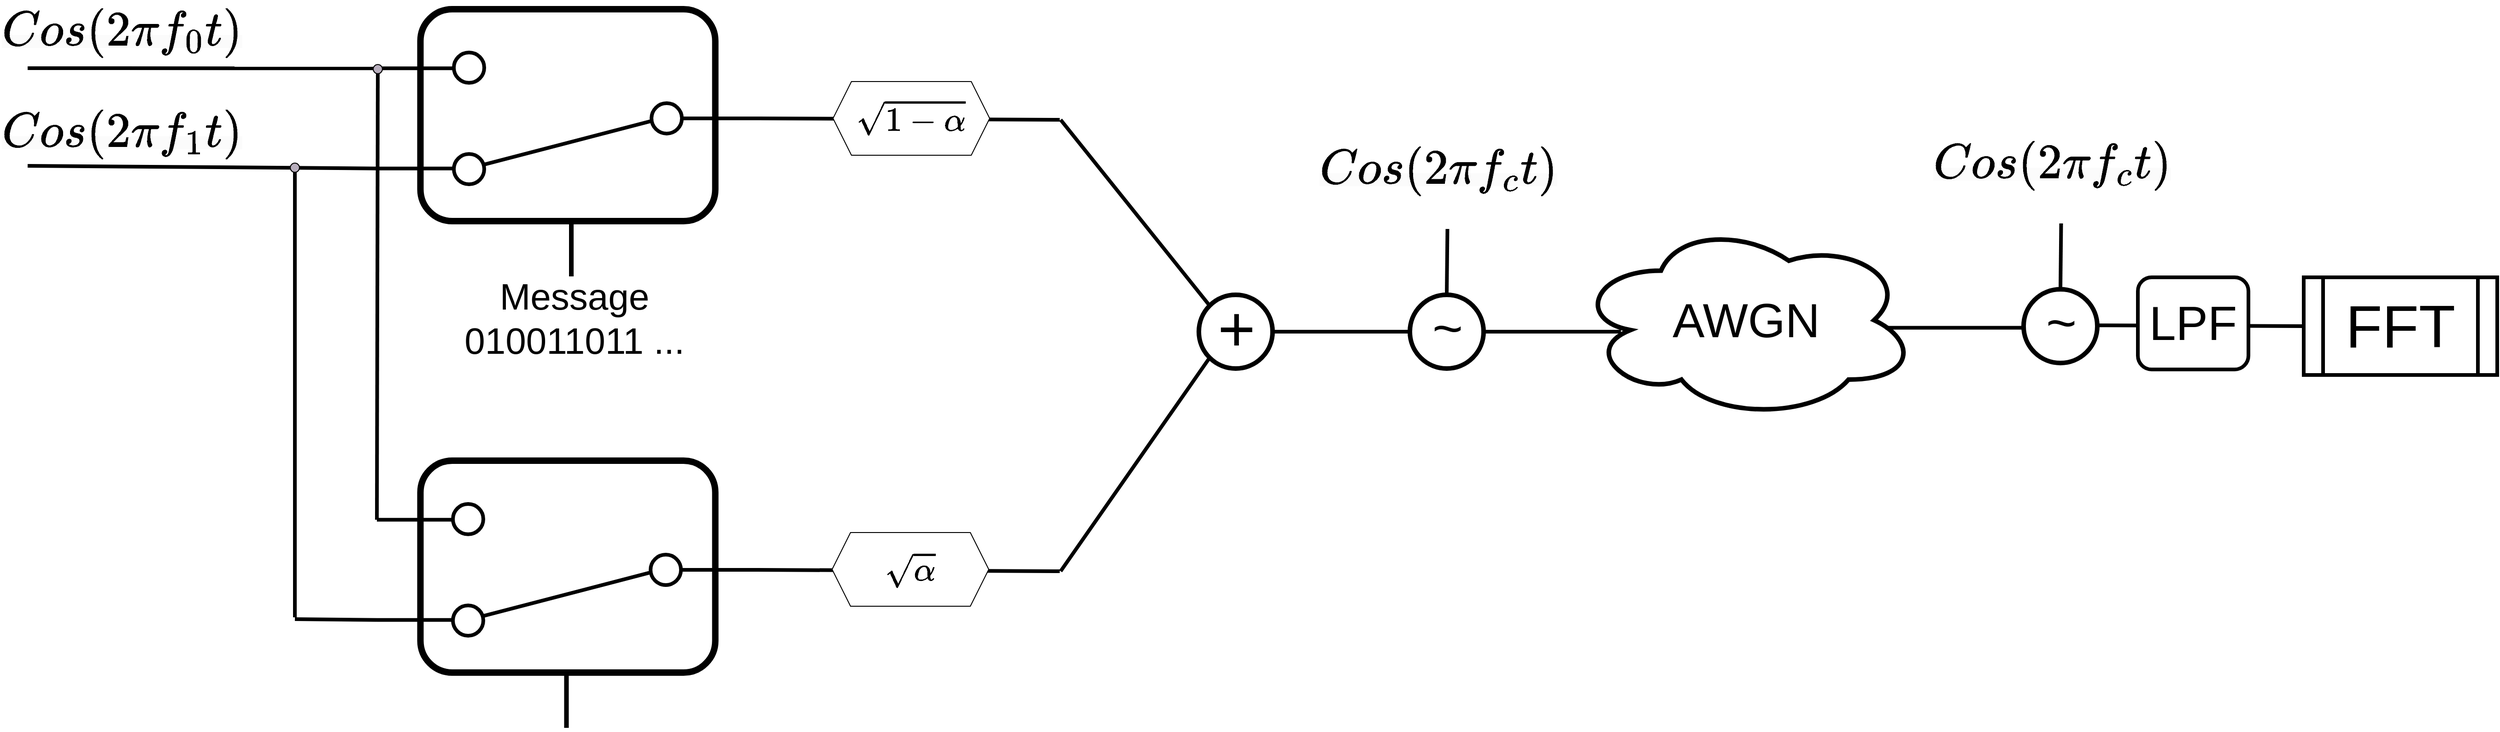
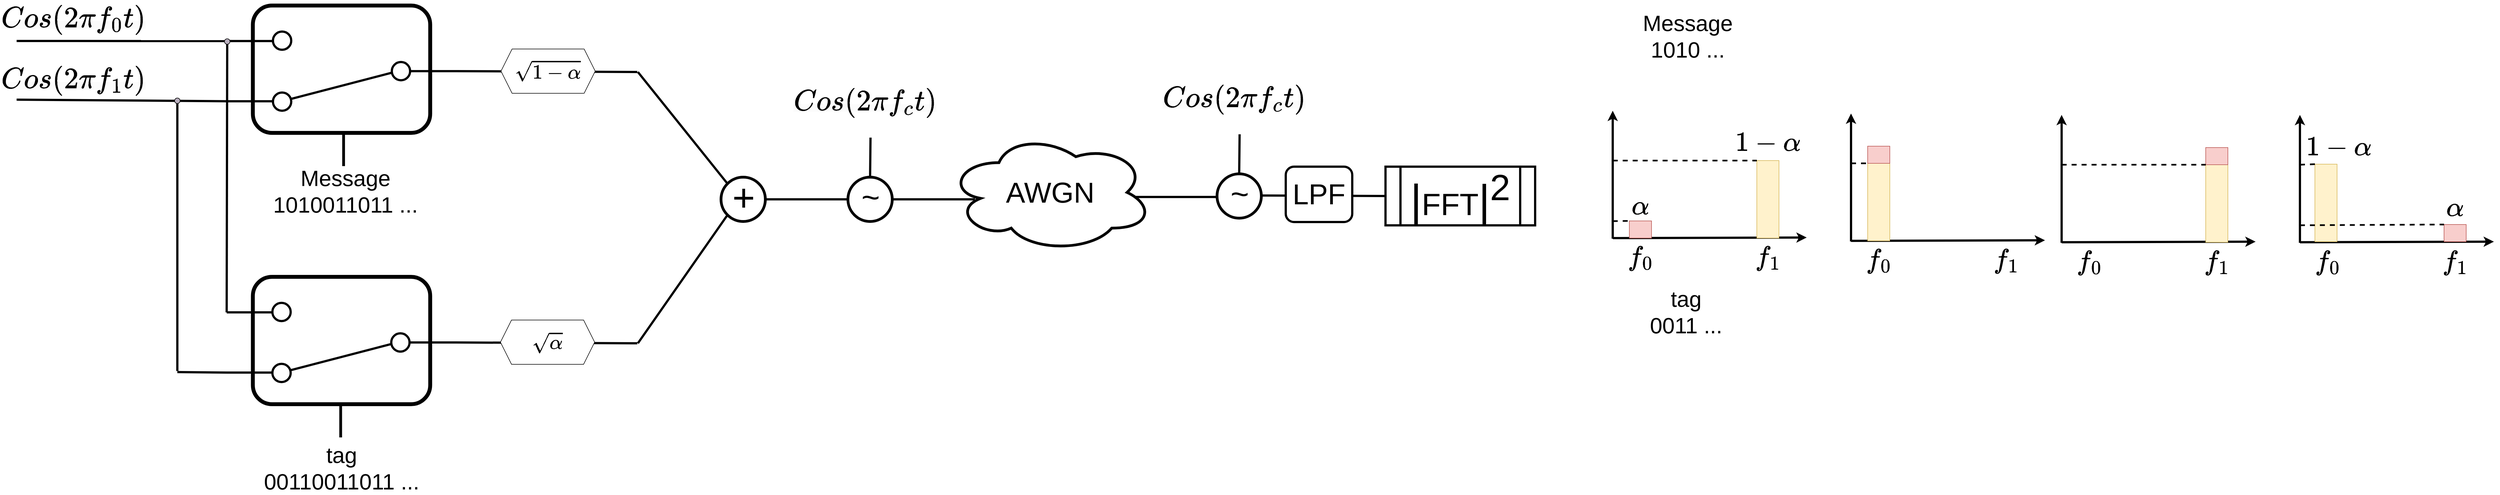
<mxfile host="app.diagrams.net" agent="Mozilla/5.0 (Macintosh; Intel Mac OS X 10_15_7) AppleWebKit/537.36 (KHTML, like Gecko) Chrome/134.0.0.0 Safari/537.36" version="26.1.0">
  <diagram name="Page-1" id="phkbYJqiPzpgWEG-CDjJ">
-     <mxGraphModel dx="2364" dy="960" grid="1" gridSize="10" guides="1" tooltips="1" connect="1" arrows="1" fold="1" page="1" pageScale="1" pageWidth="850" pageHeight="1100" math="1" shadow="0">
+     <mxGraphModel dx="2639" dy="1135" grid="1" gridSize="10" guides="1" tooltips="1" connect="1" arrows="1" fold="1" page="1" pageScale="1" pageWidth="850" pageHeight="1100" math="1" shadow="0">
      <root>
        <mxCell id="0" />
        <mxCell id="1" parent="0" />
        <mxCell id="wHlsPSZeJdCyMSSXnjVd-3" value="" style="html=1;shape=mxgraph.electrical.electro-mechanical.twoWaySwitch;aspect=fixed;elSwitchState=2;rotation=-180;strokeWidth=4;" vertex="1" parent="1">
          <mxGeometry x="200" y="297" width="412.5" height="143" as="geometry" />
        </mxCell>
        <mxCell id="wHlsPSZeJdCyMSSXnjVd-5" value="&lt;span style=&quot;color: rgb(0, 0, 0); font-family: Helvetica; font-style: normal; font-variant-ligatures: normal; font-variant-caps: normal; font-weight: 400; letter-spacing: normal; orphans: 2; text-align: center; text-indent: 0px; text-transform: none; widows: 2; word-spacing: 0px; -webkit-text-stroke-width: 0px; white-space: normal; background-color: rgb(251, 251, 251); text-decoration-thickness: initial; text-decoration-style: initial; text-decoration-color: initial; float: none; display: inline !important;&quot;&gt;&lt;font style=&quot;font-size: 45px;&quot;&gt;\( Cos(2\pi f_0 t) \)&lt;/font&gt;&lt;/span&gt;" style="text;whiteSpace=wrap;html=1;" vertex="1" parent="1">
          <mxGeometry x="-210" y="240" width="250" height="100" as="geometry" />
        </mxCell>
        <mxCell id="wHlsPSZeJdCyMSSXnjVd-6" value="&lt;span style=&quot;color: rgb(0, 0, 0); font-family: Helvetica; font-style: normal; font-variant-ligatures: normal; font-variant-caps: normal; font-weight: 400; letter-spacing: normal; orphans: 2; text-align: center; text-indent: 0px; text-transform: none; widows: 2; word-spacing: 0px; -webkit-text-stroke-width: 0px; white-space: normal; background-color: rgb(251, 251, 251); text-decoration-thickness: initial; text-decoration-style: initial; text-decoration-color: initial; float: none; display: inline !important;&quot;&gt;&lt;font style=&quot;font-size: 45px;&quot;&gt;\( Cos(2\pi f_1 t) \)&lt;/font&gt;&lt;/span&gt;" style="text;whiteSpace=wrap;html=1;" vertex="1" parent="1">
          <mxGeometry x="-210" y="350" width="250" height="100" as="geometry" />
        </mxCell>
        <mxCell id="wHlsPSZeJdCyMSSXnjVd-7" value="" style="rounded=1;whiteSpace=wrap;html=1;fillColor=none;strokeWidth=7;" vertex="1" parent="1">
          <mxGeometry x="246.25" y="250" width="320" height="230" as="geometry" />
        </mxCell>
        <mxCell id="wHlsPSZeJdCyMSSXnjVd-8" value="" style="html=1;shape=mxgraph.electrical.electro-mechanical.twoWaySwitch;aspect=fixed;elSwitchState=2;rotation=-180;strokeWidth=4;" vertex="1" parent="1">
          <mxGeometry x="199" y="787" width="412.5" height="143" as="geometry" />
        </mxCell>
        <mxCell id="wHlsPSZeJdCyMSSXnjVd-9" value="" style="rounded=1;whiteSpace=wrap;html=1;fillColor=none;strokeWidth=7;" vertex="1" parent="1">
          <mxGeometry x="246.25" y="740" width="320" height="230" as="geometry" />
        </mxCell>
        <mxCell id="wHlsPSZeJdCyMSSXnjVd-10" value="" style="endArrow=none;html=1;rounded=0;entryX=1;entryY=0.88;entryDx=0;entryDy=0;strokeWidth=4;" edge="1" parent="1" target="wHlsPSZeJdCyMSSXnjVd-3">
          <mxGeometry width="50" height="50" relative="1" as="geometry">
            <mxPoint x="-180" y="314" as="sourcePoint" />
            <mxPoint x="165" y="333.5" as="targetPoint" />
          </mxGeometry>
        </mxCell>
        <mxCell id="wHlsPSZeJdCyMSSXnjVd-11" value="" style="endArrow=none;html=1;rounded=0;entryX=1;entryY=0.12;entryDx=0;entryDy=0;strokeWidth=4;" edge="1" parent="1" target="wHlsPSZeJdCyMSSXnjVd-3">
          <mxGeometry width="50" height="50" relative="1" as="geometry">
            <mxPoint x="-180" y="420" as="sourcePoint" />
            <mxPoint x="200" y="429.44" as="targetPoint" />
          </mxGeometry>
        </mxCell>
        <mxCell id="wHlsPSZeJdCyMSSXnjVd-12" value="" style="endArrow=none;html=1;rounded=0;entryX=1;entryY=0.88;entryDx=0;entryDy=0;strokeWidth=4;exitX=1;exitY=0.88;exitDx=0;exitDy=0;" edge="1" parent="1" source="wHlsPSZeJdCyMSSXnjVd-8" target="wHlsPSZeJdCyMSSXnjVd-3">
          <mxGeometry width="50" height="50" relative="1" as="geometry">
            <mxPoint x="170" y="770" as="sourcePoint" />
            <mxPoint x="310" y="380" as="targetPoint" />
          </mxGeometry>
        </mxCell>
        <mxCell id="wHlsPSZeJdCyMSSXnjVd-13" value="" style="endArrow=none;html=1;rounded=0;entryX=1;entryY=0.88;entryDx=0;entryDy=0;strokeWidth=4;" edge="1" parent="1">
          <mxGeometry width="50" height="50" relative="1" as="geometry">
            <mxPoint x="110" y="910" as="sourcePoint" />
            <mxPoint x="110" y="420" as="targetPoint" />
          </mxGeometry>
        </mxCell>
        <mxCell id="wHlsPSZeJdCyMSSXnjVd-14" value="" style="endArrow=none;html=1;rounded=0;entryX=1;entryY=0.12;entryDx=0;entryDy=0;strokeWidth=4;" edge="1" parent="1" target="wHlsPSZeJdCyMSSXnjVd-8">
          <mxGeometry width="50" height="50" relative="1" as="geometry">
            <mxPoint x="110" y="912" as="sourcePoint" />
            <mxPoint x="280" y="852" as="targetPoint" />
          </mxGeometry>
        </mxCell>
        <mxCell id="wHlsPSZeJdCyMSSXnjVd-16" value="" style="ellipse;whiteSpace=wrap;html=1;aspect=fixed;fillColor=#B8AEBD;" vertex="1" parent="1">
          <mxGeometry x="195" y="310" width="10" height="10" as="geometry" />
        </mxCell>
        <mxCell id="wHlsPSZeJdCyMSSXnjVd-21" value="" style="ellipse;whiteSpace=wrap;html=1;aspect=fixed;fillColor=#B8AEBD;" vertex="1" parent="1">
          <mxGeometry x="105" y="417" width="10" height="10" as="geometry" />
        </mxCell>
        <mxCell id="wHlsPSZeJdCyMSSXnjVd-22" value="" style="endArrow=none;html=1;rounded=0;strokeWidth=5;" edge="1" parent="1">
          <mxGeometry width="50" height="50" relative="1" as="geometry">
            <mxPoint x="410" y="540" as="sourcePoint" />
            <mxPoint x="410" y="480" as="targetPoint" />
          </mxGeometry>
        </mxCell>
-         <mxCell id="wHlsPSZeJdCyMSSXnjVd-23" value="&lt;font style=&quot;font-size: 40px;&quot;&gt;Message&lt;br&gt;010011011 ...&lt;/font&gt;" style="text;html=1;align=center;verticalAlign=middle;whiteSpace=wrap;rounded=0;" vertex="1" parent="1">
+         <mxCell id="wHlsPSZeJdCyMSSXnjVd-23" value="&lt;font style=&quot;font-size: 40px;&quot;&gt;Message&lt;br&gt;1010011011 ...&lt;/font&gt;" style="text;html=1;align=center;verticalAlign=middle;whiteSpace=wrap;rounded=0;" vertex="1" parent="1">
          <mxGeometry x="246.25" y="570" width="334.75" height="30" as="geometry" />
        </mxCell>
        <mxCell id="wHlsPSZeJdCyMSSXnjVd-27" value="" style="endArrow=none;html=1;rounded=0;exitX=0;exitY=0.5;exitDx=0;exitDy=0;strokeWidth=4;" edge="1" parent="1">
          <mxGeometry width="50" height="50" relative="1" as="geometry">
            <mxPoint x="612.5" y="368.5" as="sourcePoint" />
            <mxPoint x="940" y="370" as="targetPoint" />
          </mxGeometry>
        </mxCell>
        <mxCell id="wHlsPSZeJdCyMSSXnjVd-28" value="" style="endArrow=none;html=1;rounded=0;exitX=0;exitY=0.5;exitDx=0;exitDy=0;strokeWidth=4;" edge="1" parent="1" source="wHlsPSZeJdCyMSSXnjVd-8">
          <mxGeometry width="50" height="50" relative="1" as="geometry">
            <mxPoint x="612.5" y="858.05" as="sourcePoint" />
            <mxPoint x="940" y="860" as="targetPoint" />
          </mxGeometry>
        </mxCell>
        <mxCell id="wHlsPSZeJdCyMSSXnjVd-29" value="" style="group" vertex="1" connectable="0" parent="1">
          <mxGeometry x="1091" y="560" width="80" height="80" as="geometry" />
        </mxCell>
        <mxCell id="wHlsPSZeJdCyMSSXnjVd-15" value="" style="ellipse;whiteSpace=wrap;html=1;aspect=fixed;strokeWidth=5;" vertex="1" parent="wHlsPSZeJdCyMSSXnjVd-29">
          <mxGeometry width="80" height="80" as="geometry" />
        </mxCell>
        <mxCell id="wHlsPSZeJdCyMSSXnjVd-26" value="&lt;font style=&quot;font-size: 70px;&quot;&gt;+&lt;/font&gt;" style="text;html=1;align=center;verticalAlign=middle;whiteSpace=wrap;rounded=0;" vertex="1" parent="wHlsPSZeJdCyMSSXnjVd-29">
          <mxGeometry x="11" y="21" width="60" height="30" as="geometry" />
        </mxCell>
        <mxCell id="wHlsPSZeJdCyMSSXnjVd-31" value="" style="endArrow=none;html=1;rounded=0;exitX=0;exitY=0;exitDx=0;exitDy=0;strokeWidth=4;" edge="1" parent="1" source="wHlsPSZeJdCyMSSXnjVd-15">
          <mxGeometry width="50" height="50" relative="1" as="geometry">
            <mxPoint x="1111" y="560" as="sourcePoint" />
            <mxPoint x="941" y="370" as="targetPoint" />
          </mxGeometry>
        </mxCell>
        <mxCell id="wHlsPSZeJdCyMSSXnjVd-32" value="" style="endArrow=none;html=1;rounded=0;entryX=0;entryY=1;entryDx=0;entryDy=0;strokeWidth=4;" edge="1" parent="1" target="wHlsPSZeJdCyMSSXnjVd-15">
          <mxGeometry width="50" height="50" relative="1" as="geometry">
            <mxPoint x="941" y="860" as="sourcePoint" />
            <mxPoint x="981" y="650" as="targetPoint" />
          </mxGeometry>
        </mxCell>
        <mxCell id="wHlsPSZeJdCyMSSXnjVd-36" value="&lt;span style=&quot;font-size: 31px;&quot;&gt;\( \sqrt{1- \alpha} \)&lt;/span&gt;" style="shape=hexagon;perimeter=hexagonPerimeter2;whiteSpace=wrap;html=1;fixedSize=1;" vertex="1" parent="1">
          <mxGeometry x="694" y="328.5" width="170" height="80" as="geometry" />
        </mxCell>
        <mxCell id="wHlsPSZeJdCyMSSXnjVd-37" value="&lt;span style=&quot;font-size: 31px;&quot;&gt;\( \sqrt{\alpha} \)&lt;/span&gt;" style="shape=hexagon;perimeter=hexagonPerimeter2;whiteSpace=wrap;html=1;fixedSize=1;" vertex="1" parent="1">
          <mxGeometry x="693" y="818" width="170" height="80" as="geometry" />
        </mxCell>
        <mxCell id="wHlsPSZeJdCyMSSXnjVd-38" value="" style="endArrow=none;html=1;rounded=0;strokeWidth=4;" edge="1" parent="1">
          <mxGeometry width="50" height="50" relative="1" as="geometry">
            <mxPoint x="1171" y="600" as="sourcePoint" />
            <mxPoint x="1320" y="600" as="targetPoint" />
          </mxGeometry>
        </mxCell>
        <mxCell id="wHlsPSZeJdCyMSSXnjVd-39" value="" style="endArrow=none;html=1;rounded=0;strokeWidth=5;" edge="1" parent="1">
          <mxGeometry width="50" height="50" relative="1" as="geometry">
            <mxPoint x="404.72" y="1030" as="sourcePoint" />
            <mxPoint x="404.72" y="970" as="targetPoint" />
          </mxGeometry>
        </mxCell>
        <mxCell id="wHlsPSZeJdCyMSSXnjVd-40" value="" style="group" vertex="1" connectable="0" parent="1">
          <mxGeometry x="1320" y="560" width="80" height="80" as="geometry" />
        </mxCell>
        <mxCell id="wHlsPSZeJdCyMSSXnjVd-41" value="" style="ellipse;whiteSpace=wrap;html=1;aspect=fixed;strokeWidth=5;" vertex="1" parent="wHlsPSZeJdCyMSSXnjVd-40">
          <mxGeometry width="80" height="80" as="geometry" />
        </mxCell>
        <mxCell id="wHlsPSZeJdCyMSSXnjVd-42" value="&lt;font style=&quot;font-size: 57px;&quot;&gt;~&lt;/font&gt;" style="text;html=1;align=center;verticalAlign=middle;whiteSpace=wrap;rounded=0;" vertex="1" parent="wHlsPSZeJdCyMSSXnjVd-40">
          <mxGeometry x="11" y="21" width="60" height="30" as="geometry" />
        </mxCell>
        <mxCell id="wHlsPSZeJdCyMSSXnjVd-44" value="&lt;span style=&quot;color: rgb(0, 0, 0); font-family: Helvetica; font-style: normal; font-variant-ligatures: normal; font-variant-caps: normal; font-weight: 400; letter-spacing: normal; orphans: 2; text-align: center; text-indent: 0px; text-transform: none; widows: 2; word-spacing: 0px; -webkit-text-stroke-width: 0px; white-space: normal; background-color: rgb(251, 251, 251); text-decoration-thickness: initial; text-decoration-style: initial; text-decoration-color: initial; float: none; display: inline !important;&quot;&gt;&lt;font style=&quot;font-size: 45px;&quot;&gt;\( Cos(2\pi f_c t) \)&lt;/font&gt;&lt;/span&gt;" style="text;whiteSpace=wrap;html=1;" vertex="1" parent="1">
          <mxGeometry x="1220" y="390" width="250" height="100" as="geometry" />
        </mxCell>
        <mxCell id="wHlsPSZeJdCyMSSXnjVd-45" value="" style="endArrow=none;html=1;rounded=0;exitX=0.5;exitY=0;exitDx=0;exitDy=0;entryX=0.563;entryY=0.985;entryDx=0;entryDy=0;entryPerimeter=0;strokeWidth=4;" edge="1" parent="1" source="wHlsPSZeJdCyMSSXnjVd-41" target="wHlsPSZeJdCyMSSXnjVd-44">
          <mxGeometry width="50" height="50" relative="1" as="geometry">
            <mxPoint x="780" y="820" as="sourcePoint" />
            <mxPoint x="830" y="770" as="targetPoint" />
          </mxGeometry>
        </mxCell>
        <mxCell id="wHlsPSZeJdCyMSSXnjVd-46" value="" style="endArrow=none;html=1;rounded=0;strokeWidth=4;" edge="1" parent="1">
          <mxGeometry width="50" height="50" relative="1" as="geometry">
            <mxPoint x="1400" y="600" as="sourcePoint" />
            <mxPoint x="1549" y="600" as="targetPoint" />
          </mxGeometry>
        </mxCell>
        <mxCell id="wHlsPSZeJdCyMSSXnjVd-47" value="&lt;font style=&quot;font-size: 52px;&quot;&gt;AWGN&lt;/font&gt;" style="ellipse;shape=cloud;whiteSpace=wrap;html=1;strokeWidth=5;" vertex="1" parent="1">
          <mxGeometry x="1500" y="480" width="370" height="215" as="geometry" />
        </mxCell>
        <mxCell id="wHlsPSZeJdCyMSSXnjVd-48" value="" style="endArrow=none;html=1;rounded=0;strokeWidth=4;" edge="1" parent="1">
          <mxGeometry width="50" height="50" relative="1" as="geometry">
            <mxPoint x="1836" y="595.78" as="sourcePoint" />
            <mxPoint x="1985" y="595.78" as="targetPoint" />
          </mxGeometry>
        </mxCell>
        <mxCell id="wHlsPSZeJdCyMSSXnjVd-50" value="" style="group" vertex="1" connectable="0" parent="1">
          <mxGeometry x="1986" y="554" width="80" height="80" as="geometry" />
        </mxCell>
        <mxCell id="wHlsPSZeJdCyMSSXnjVd-51" value="" style="ellipse;whiteSpace=wrap;html=1;aspect=fixed;strokeWidth=5;" vertex="1" parent="wHlsPSZeJdCyMSSXnjVd-50">
          <mxGeometry width="80" height="80" as="geometry" />
        </mxCell>
        <mxCell id="wHlsPSZeJdCyMSSXnjVd-52" value="&lt;font style=&quot;font-size: 57px;&quot;&gt;~&lt;/font&gt;" style="text;html=1;align=center;verticalAlign=middle;whiteSpace=wrap;rounded=0;" vertex="1" parent="wHlsPSZeJdCyMSSXnjVd-50">
          <mxGeometry x="11" y="21" width="60" height="30" as="geometry" />
        </mxCell>
        <mxCell id="wHlsPSZeJdCyMSSXnjVd-53" value="&lt;span style=&quot;color: rgb(0, 0, 0); font-family: Helvetica; font-style: normal; font-variant-ligatures: normal; font-variant-caps: normal; font-weight: 400; letter-spacing: normal; orphans: 2; text-align: center; text-indent: 0px; text-transform: none; widows: 2; word-spacing: 0px; -webkit-text-stroke-width: 0px; white-space: normal; background-color: rgb(251, 251, 251); text-decoration-thickness: initial; text-decoration-style: initial; text-decoration-color: initial; float: none; display: inline !important;&quot;&gt;&lt;font style=&quot;font-size: 45px;&quot;&gt;\( Cos(2\pi f_c t) \)&lt;/font&gt;&lt;/span&gt;" style="text;whiteSpace=wrap;html=1;" vertex="1" parent="1">
          <mxGeometry x="1886" y="384" width="250" height="100" as="geometry" />
        </mxCell>
        <mxCell id="wHlsPSZeJdCyMSSXnjVd-54" value="" style="endArrow=none;html=1;rounded=0;exitX=0.5;exitY=0;exitDx=0;exitDy=0;entryX=0.563;entryY=0.985;entryDx=0;entryDy=0;entryPerimeter=0;strokeWidth=4;" edge="1" parent="1" source="wHlsPSZeJdCyMSSXnjVd-51" target="wHlsPSZeJdCyMSSXnjVd-53">
          <mxGeometry width="50" height="50" relative="1" as="geometry">
            <mxPoint x="1446" y="814" as="sourcePoint" />
            <mxPoint x="1496" y="764" as="targetPoint" />
          </mxGeometry>
        </mxCell>
        <mxCell id="wHlsPSZeJdCyMSSXnjVd-55" value="" style="endArrow=none;html=1;rounded=0;strokeWidth=4;entryX=0;entryY=0.5;entryDx=0;entryDy=0;" edge="1" parent="1" target="wHlsPSZeJdCyMSSXnjVd-56">
          <mxGeometry width="50" height="50" relative="1" as="geometry">
            <mxPoint x="2066" y="593.0899999999999" as="sourcePoint" />
            <mxPoint x="2215" y="593.0899999999999" as="targetPoint" />
          </mxGeometry>
        </mxCell>
-         <mxCell id="wHlsPSZeJdCyMSSXnjVd-56" value="&lt;font style=&quot;font-size: 65px;&quot;&gt;FFT&lt;/font&gt;" style="shape=process;whiteSpace=wrap;html=1;backgroundOutline=1;strokeWidth=4;" vertex="1" parent="1">
-           <mxGeometry x="2290" y="541" width="210" height="106" as="geometry" />
+         <mxCell id="wHlsPSZeJdCyMSSXnjVd-56" value="&lt;font style=&quot;font-size: 79px;&quot;&gt;|&lt;/font&gt;&lt;font style=&quot;font-size: 56px;&quot;&gt;FFT&lt;/font&gt;&lt;span style=&quot;font-size: 79px;&quot;&gt;|&lt;sup&gt;2&lt;/sup&gt;&lt;/span&gt;" style="shape=process;whiteSpace=wrap;html=1;backgroundOutline=1;strokeWidth=4;" vertex="1" parent="1">
+           <mxGeometry x="2290" y="541" width="270" height="106" as="geometry" />
        </mxCell>
        <mxCell id="wHlsPSZeJdCyMSSXnjVd-57" value="&lt;font style=&quot;font-size: 52px;&quot;&gt;LPF&lt;/font&gt;" style="rounded=1;whiteSpace=wrap;html=1;strokeWidth=4;" vertex="1" parent="1">
          <mxGeometry x="2110" y="541" width="120" height="100" as="geometry" />
+         </mxCell>
+         <mxCell id="wHlsPSZeJdCyMSSXnjVd-58" value="" style="endArrow=classic;html=1;rounded=0;strokeWidth=4;" edge="1" parent="1">
+           <mxGeometry width="50" height="50" relative="1" as="geometry">
+             <mxPoint x="3130" y="676" as="sourcePoint" />
+             <mxPoint x="3130" y="445" as="targetPoint" />
+           </mxGeometry>
+         </mxCell>
+         <mxCell id="wHlsPSZeJdCyMSSXnjVd-59" value="" style="endArrow=classic;html=1;rounded=0;strokeWidth=4;" edge="1" parent="1">
+           <mxGeometry width="50" height="50" relative="1" as="geometry">
+             <mxPoint x="3130" y="675" as="sourcePoint" />
+             <mxPoint x="3480" y="674" as="targetPoint" />
+           </mxGeometry>
+         </mxCell>
+         <mxCell id="wHlsPSZeJdCyMSSXnjVd-60" value="" style="rounded=0;whiteSpace=wrap;html=1;fillColor=#fff2cc;strokeColor=#d6b656;" vertex="1" parent="1">
+           <mxGeometry x="3160" y="535" width="40" height="140" as="geometry" />
+         </mxCell>
+         <mxCell id="wHlsPSZeJdCyMSSXnjVd-61" value="" style="rounded=0;whiteSpace=wrap;html=1;fillColor=#f8cecc;strokeColor=#b85450;" vertex="1" parent="1">
+           <mxGeometry x="3160" y="504" width="40" height="31" as="geometry" />
+         </mxCell>
+         <mxCell id="wHlsPSZeJdCyMSSXnjVd-62" value="&lt;font style=&quot;font-size: 42px;&quot;&gt;\( f_0 \)&lt;/font&gt;" style="text;html=1;align=center;verticalAlign=middle;whiteSpace=wrap;rounded=0;" vertex="1" parent="1">
+           <mxGeometry x="3150" y="695" width="60" height="30" as="geometry" />
+         </mxCell>
+         <mxCell id="wHlsPSZeJdCyMSSXnjVd-64" value="&lt;font style=&quot;font-size: 42px;&quot;&gt;\( f_1 \)&lt;/font&gt;" style="text;html=1;align=center;verticalAlign=middle;whiteSpace=wrap;rounded=0;" vertex="1" parent="1">
+           <mxGeometry x="3380" y="695" width="60" height="30" as="geometry" />
+         </mxCell>
+         <mxCell id="wHlsPSZeJdCyMSSXnjVd-68" value="" style="endArrow=none;dashed=1;html=1;rounded=0;strokeWidth=3;" edge="1" parent="1">
+           <mxGeometry width="50" height="50" relative="1" as="geometry">
+             <mxPoint x="3130" y="535" as="sourcePoint" />
+             <mxPoint x="3160" y="535" as="targetPoint" />
+           </mxGeometry>
+         </mxCell>
+         <mxCell id="wHlsPSZeJdCyMSSXnjVd-72" value="" style="endArrow=classic;html=1;rounded=0;strokeWidth=4;" edge="1" parent="1">
+           <mxGeometry width="50" height="50" relative="1" as="geometry">
+             <mxPoint x="3510" y="678.5" as="sourcePoint" />
+             <mxPoint x="3510" y="447.5" as="targetPoint" />
+           </mxGeometry>
+         </mxCell>
+         <mxCell id="wHlsPSZeJdCyMSSXnjVd-73" value="" style="endArrow=classic;html=1;rounded=0;strokeWidth=4;" edge="1" parent="1">
+           <mxGeometry width="50" height="50" relative="1" as="geometry">
+             <mxPoint x="3510" y="677.5" as="sourcePoint" />
+             <mxPoint x="3860" y="676.5" as="targetPoint" />
+           </mxGeometry>
+         </mxCell>
+         <mxCell id="wHlsPSZeJdCyMSSXnjVd-74" value="" style="rounded=0;whiteSpace=wrap;html=1;fillColor=#fff2cc;strokeColor=#d6b656;" vertex="1" parent="1">
+           <mxGeometry x="3770" y="537.5" width="40" height="140" as="geometry" />
+         </mxCell>
+         <mxCell id="wHlsPSZeJdCyMSSXnjVd-75" value="" style="rounded=0;whiteSpace=wrap;html=1;fillColor=#f8cecc;strokeColor=#b85450;" vertex="1" parent="1">
+           <mxGeometry x="3770" y="506.5" width="40" height="31" as="geometry" />
+         </mxCell>
+         <mxCell id="wHlsPSZeJdCyMSSXnjVd-76" value="&lt;font style=&quot;font-size: 42px;&quot;&gt;\( f_0 \)&lt;/font&gt;" style="text;html=1;align=center;verticalAlign=middle;whiteSpace=wrap;rounded=0;" vertex="1" parent="1">
+           <mxGeometry x="3530" y="697.5" width="60" height="30" as="geometry" />
+         </mxCell>
+         <mxCell id="wHlsPSZeJdCyMSSXnjVd-77" value="&lt;font style=&quot;font-size: 42px;&quot;&gt;\( f_1 \)&lt;/font&gt;" style="text;html=1;align=center;verticalAlign=middle;whiteSpace=wrap;rounded=0;" vertex="1" parent="1">
+           <mxGeometry x="3760" y="697.5" width="60" height="30" as="geometry" />
+         </mxCell>
+         <mxCell id="wHlsPSZeJdCyMSSXnjVd-79" value="" style="endArrow=none;dashed=1;html=1;rounded=0;strokeWidth=3;entryX=0;entryY=0;entryDx=0;entryDy=0;" edge="1" parent="1" target="wHlsPSZeJdCyMSSXnjVd-74">
+           <mxGeometry width="50" height="50" relative="1" as="geometry">
+             <mxPoint x="3510" y="537.5" as="sourcePoint" />
+             <mxPoint x="3540" y="537.5" as="targetPoint" />
+           </mxGeometry>
+         </mxCell>
+         <mxCell id="wHlsPSZeJdCyMSSXnjVd-81" value="&lt;font style=&quot;font-size: 40px;&quot;&gt;Message&lt;br&gt;1010 ...&lt;/font&gt;" style="text;html=1;align=center;verticalAlign=middle;whiteSpace=wrap;rounded=0;" vertex="1" parent="1">
+           <mxGeometry x="2668" y="290" width="334.75" height="30" as="geometry" />
+         </mxCell>
+         <mxCell id="wHlsPSZeJdCyMSSXnjVd-82" value="&lt;font style=&quot;font-size: 40px;&quot;&gt;tag&lt;br&gt;0011 ...&lt;/font&gt;" style="text;html=1;align=center;verticalAlign=middle;whiteSpace=wrap;rounded=0;" vertex="1" parent="1">
+           <mxGeometry x="2665.25" y="788" width="334.75" height="30" as="geometry" />
+         </mxCell>
+         <mxCell id="wHlsPSZeJdCyMSSXnjVd-98" value="" style="endArrow=classic;html=1;rounded=0;strokeWidth=4;" edge="1" parent="1">
+           <mxGeometry width="50" height="50" relative="1" as="geometry">
+             <mxPoint x="3940" y="678.5" as="sourcePoint" />
+             <mxPoint x="3940" y="447.5" as="targetPoint" />
+           </mxGeometry>
+         </mxCell>
+         <mxCell id="wHlsPSZeJdCyMSSXnjVd-99" value="" style="endArrow=classic;html=1;rounded=0;strokeWidth=4;" edge="1" parent="1">
+           <mxGeometry width="50" height="50" relative="1" as="geometry">
+             <mxPoint x="3940" y="677.5" as="sourcePoint" />
+             <mxPoint x="4290" y="676.5" as="targetPoint" />
+           </mxGeometry>
+         </mxCell>
+         <mxCell id="wHlsPSZeJdCyMSSXnjVd-100" value="" style="rounded=0;whiteSpace=wrap;html=1;fillColor=#fff2cc;strokeColor=#d6b656;" vertex="1" parent="1">
+           <mxGeometry x="3967" y="536.5" width="40" height="140" as="geometry" />
+         </mxCell>
+         <mxCell id="wHlsPSZeJdCyMSSXnjVd-101" value="" style="rounded=0;whiteSpace=wrap;html=1;fillColor=#f8cecc;strokeColor=#b85450;" vertex="1" parent="1">
+           <mxGeometry x="4200" y="645.5" width="40" height="31" as="geometry" />
+         </mxCell>
+         <mxCell id="wHlsPSZeJdCyMSSXnjVd-102" value="&lt;font style=&quot;font-size: 42px;&quot;&gt;\( f_0 \)&lt;/font&gt;" style="text;html=1;align=center;verticalAlign=middle;whiteSpace=wrap;rounded=0;" vertex="1" parent="1">
+           <mxGeometry x="3960" y="697.5" width="60" height="30" as="geometry" />
+         </mxCell>
+         <mxCell id="wHlsPSZeJdCyMSSXnjVd-103" value="&lt;font style=&quot;font-size: 42px;&quot;&gt;\( f_1 \)&lt;/font&gt;" style="text;html=1;align=center;verticalAlign=middle;whiteSpace=wrap;rounded=0;" vertex="1" parent="1">
+           <mxGeometry x="4190" y="697.5" width="60" height="30" as="geometry" />
+         </mxCell>
+         <mxCell id="wHlsPSZeJdCyMSSXnjVd-104" value="" style="endArrow=none;dashed=1;html=1;rounded=0;strokeWidth=3;entryX=0;entryY=0;entryDx=0;entryDy=0;" edge="1" parent="1" target="wHlsPSZeJdCyMSSXnjVd-101">
+           <mxGeometry width="50" height="50" relative="1" as="geometry">
+             <mxPoint x="3940" y="646.83" as="sourcePoint" />
+             <mxPoint x="3970" y="646.5" as="targetPoint" />
+           </mxGeometry>
+         </mxCell>
+         <mxCell id="wHlsPSZeJdCyMSSXnjVd-105" value="" style="endArrow=none;dashed=1;html=1;rounded=0;strokeWidth=3;entryX=0;entryY=0;entryDx=0;entryDy=0;" edge="1" parent="1" target="wHlsPSZeJdCyMSSXnjVd-100">
+           <mxGeometry width="50" height="50" relative="1" as="geometry">
+             <mxPoint x="3940" y="537.5" as="sourcePoint" />
+             <mxPoint x="3970" y="537.5" as="targetPoint" />
+           </mxGeometry>
+         </mxCell>
+         <mxCell id="wHlsPSZeJdCyMSSXnjVd-106" value="&lt;font style=&quot;font-size: 42px;&quot;&gt;\( 1- \alpha \)&lt;/font&gt;" style="text;html=1;align=center;verticalAlign=middle;whiteSpace=wrap;rounded=0;" vertex="1" parent="1">
+           <mxGeometry x="3980" y="490.5" width="60" height="30" as="geometry" />
+         </mxCell>
+         <mxCell id="wHlsPSZeJdCyMSSXnjVd-107" value="&lt;font style=&quot;font-size: 42px;&quot;&gt;\(&amp;nbsp; \alpha \)&lt;/font&gt;" style="text;html=1;align=center;verticalAlign=middle;whiteSpace=wrap;rounded=0;" vertex="1" parent="1">
+           <mxGeometry x="4190" y="600.5" width="60" height="30" as="geometry" />
+         </mxCell>
+         <mxCell id="wHlsPSZeJdCyMSSXnjVd-109" value="" style="endArrow=classic;html=1;rounded=0;strokeWidth=4;" edge="1" parent="1">
+           <mxGeometry width="50" height="50" relative="1" as="geometry">
+             <mxPoint x="2700" y="671" as="sourcePoint" />
+             <mxPoint x="2700" y="440" as="targetPoint" />
+           </mxGeometry>
+         </mxCell>
+         <mxCell id="wHlsPSZeJdCyMSSXnjVd-110" value="" style="endArrow=classic;html=1;rounded=0;strokeWidth=4;" edge="1" parent="1">
+           <mxGeometry width="50" height="50" relative="1" as="geometry">
+             <mxPoint x="2700" y="670" as="sourcePoint" />
+             <mxPoint x="3050" y="669" as="targetPoint" />
+           </mxGeometry>
+         </mxCell>
+         <mxCell id="wHlsPSZeJdCyMSSXnjVd-111" value="" style="rounded=0;whiteSpace=wrap;html=1;fillColor=#fff2cc;strokeColor=#d6b656;" vertex="1" parent="1">
+           <mxGeometry x="2960" y="530" width="40" height="140" as="geometry" />
+         </mxCell>
+         <mxCell id="wHlsPSZeJdCyMSSXnjVd-112" value="" style="rounded=0;whiteSpace=wrap;html=1;fillColor=#f8cecc;strokeColor=#b85450;" vertex="1" parent="1">
+           <mxGeometry x="2730" y="639" width="40" height="31" as="geometry" />
+         </mxCell>
+         <mxCell id="wHlsPSZeJdCyMSSXnjVd-113" value="&lt;font style=&quot;font-size: 42px;&quot;&gt;\( f_0 \)&lt;/font&gt;" style="text;html=1;align=center;verticalAlign=middle;whiteSpace=wrap;rounded=0;" vertex="1" parent="1">
+           <mxGeometry x="2720" y="690" width="60" height="30" as="geometry" />
+         </mxCell>
+         <mxCell id="wHlsPSZeJdCyMSSXnjVd-114" value="&lt;font style=&quot;font-size: 42px;&quot;&gt;\( f_1 \)&lt;/font&gt;" style="text;html=1;align=center;verticalAlign=middle;whiteSpace=wrap;rounded=0;" vertex="1" parent="1">
+           <mxGeometry x="2950" y="690" width="60" height="30" as="geometry" />
+         </mxCell>
+         <mxCell id="wHlsPSZeJdCyMSSXnjVd-115" value="" style="endArrow=none;dashed=1;html=1;rounded=0;strokeWidth=3;" edge="1" parent="1">
+           <mxGeometry width="50" height="50" relative="1" as="geometry">
+             <mxPoint x="2700" y="639.3299999999999" as="sourcePoint" />
+             <mxPoint x="2730" y="639" as="targetPoint" />
+           </mxGeometry>
+         </mxCell>
+         <mxCell id="wHlsPSZeJdCyMSSXnjVd-116" value="" style="endArrow=none;dashed=1;html=1;rounded=0;strokeWidth=3;entryX=0;entryY=0;entryDx=0;entryDy=0;" edge="1" parent="1" target="wHlsPSZeJdCyMSSXnjVd-111">
+           <mxGeometry width="50" height="50" relative="1" as="geometry">
+             <mxPoint x="2700" y="530" as="sourcePoint" />
+             <mxPoint x="2730" y="530" as="targetPoint" />
+           </mxGeometry>
+         </mxCell>
+         <mxCell id="wHlsPSZeJdCyMSSXnjVd-117" value="&lt;font style=&quot;font-size: 42px;&quot;&gt;\( 1- \alpha \)&lt;/font&gt;" style="text;html=1;align=center;verticalAlign=middle;whiteSpace=wrap;rounded=0;" vertex="1" parent="1">
+           <mxGeometry x="2950" y="482.5" width="60" height="30" as="geometry" />
+         </mxCell>
+         <mxCell id="wHlsPSZeJdCyMSSXnjVd-118" value="&lt;font style=&quot;font-size: 42px;&quot;&gt;\(&amp;nbsp; \alpha \)&lt;/font&gt;" style="text;html=1;align=center;verticalAlign=middle;whiteSpace=wrap;rounded=0;" vertex="1" parent="1">
+           <mxGeometry x="2720" y="598" width="60" height="30" as="geometry" />
+         </mxCell>
+         <mxCell id="wHlsPSZeJdCyMSSXnjVd-119" value="&lt;font style=&quot;font-size: 40px;&quot;&gt;tag&lt;/font&gt;&lt;div&gt;&lt;font style=&quot;font-size: 40px;&quot;&gt;00110011011 ...&lt;/font&gt;&lt;/div&gt;" style="text;html=1;align=center;verticalAlign=middle;whiteSpace=wrap;rounded=0;" vertex="1" parent="1">
+           <mxGeometry x="238.87" y="1070" width="334.75" height="30" as="geometry" />
        </mxCell>
      </root>
    </mxGraphModel>
  </diagram>
</mxfile>
